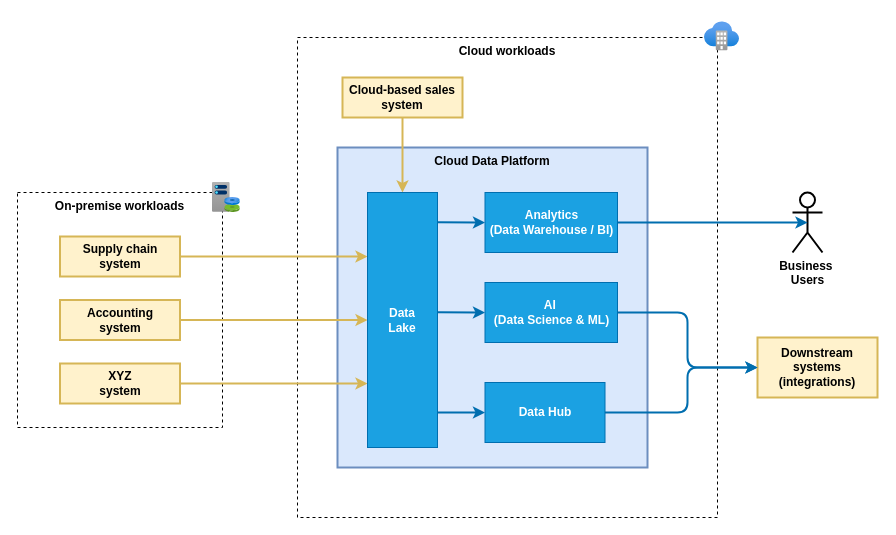
The draw.io diagram page "Page-3" (2 of 13) of assets/diagrams.drawio in wojciech-jakubowski/wojciech-jakubowski.github.io, before the edit. Source tidied: cells renumbered, new cells numbered last; positions are measured from the earlier drawing's top-left corner, leaving out a move shared by most shapes. Both pictures are drawn from the tidied source at 100%, with x=0, y=0 at pixel (17, 17).
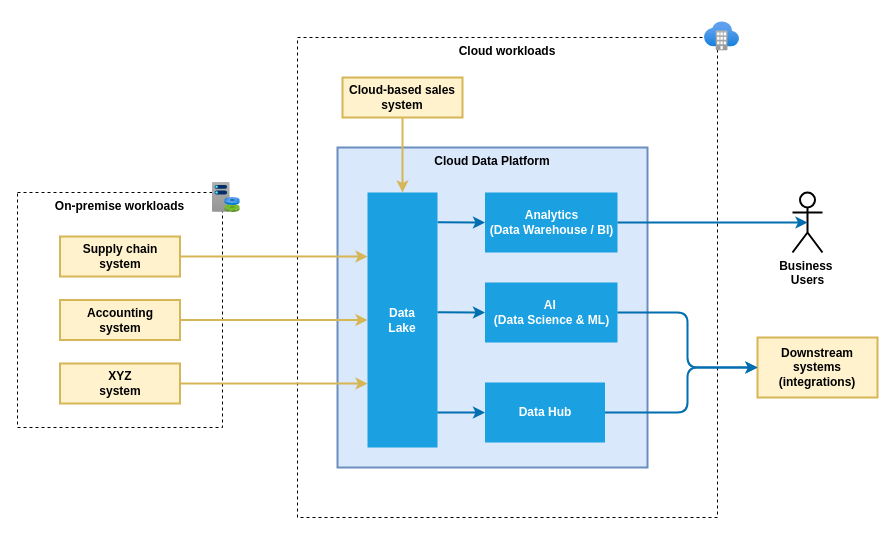
Above is the later version.

What changed in the source:
```diff
@@
-    <mxCell id="12" value="Analytics&lt;br&gt;(Data Warehouse / BI)" style="rounded=0;whiteSpace=wrap;html=1;strokeWidth=1;fontColor=#ffffff;fillColor=#1ba1e2;strokeColor=#006EAF;fontStyle=1;" parent="1" vertex="1">
+    <mxCell id="12" value="Analytics&lt;br&gt;(Data Warehouse / BI)" style="rounded=0;whiteSpace=wrap;html=1;strokeWidth=1;fontColor=#ffffff;fillColor=#1ba1e2;fontStyle=1;strokeColor=none;" parent="1" vertex="1">
       <mxGeometry x="467.5" y="175" width="132.5" height="60" as="geometry" />
     </mxCell>
-    <mxCell id="13" value="AI&amp;nbsp;&lt;br&gt;(Data Science &amp;amp; ML)" style="rounded=0;whiteSpace=wrap;html=1;strokeWidth=1;fontColor=#ffffff;fillColor=#1ba1e2;strokeColor=#006EAF;fontStyle=1;" parent="1" vertex="1">
+    <mxCell id="13" value="AI&amp;nbsp;&lt;br&gt;(Data Science &amp;amp; ML)" style="rounded=0;whiteSpace=wrap;html=1;strokeWidth=1;fontColor=#ffffff;fillColor=#1ba1e2;fontStyle=1;strokeColor=none;" parent="1" vertex="1">
       <mxGeometry x="467.5" y="265" width="132.5" height="60" as="geometry" />
     </mxCell>
-    <mxCell id="14" value="Data Hub" style="rounded=0;whiteSpace=wrap;html=1;strokeWidth=1;fontColor=#ffffff;fillColor=#1ba1e2;strokeColor=#006EAF;fontStyle=1;" parent="1" vertex="1">
+    <mxCell id="14" value="Data Hub" style="rounded=0;whiteSpace=wrap;html=1;strokeWidth=1;fontColor=#ffffff;fillColor=#1ba1e2;fontStyle=1;strokeColor=none;" parent="1" vertex="1">
       <mxGeometry x="467.5" y="365" width="120" height="60" as="geometry" />
     </mxCell>
@@
-    <mxCell id="26" value="Data &lt;br&gt;Lake" style="rounded=0;whiteSpace=wrap;html=1;strokeWidth=1;fontColor=#ffffff;fillColor=#1ba1e2;strokeColor=#006EAF;fontStyle=1;" parent="1" vertex="1">
+    <mxCell id="26" value="Data &lt;br&gt;Lake" style="rounded=0;whiteSpace=wrap;html=1;strokeWidth=1;fontColor=#ffffff;fillColor=#1ba1e2;fontStyle=1;strokeColor=none;" parent="1" vertex="1">
       <mxGeometry x="350" y="175" width="70" height="255" as="geometry" />
     </mxCell>
```
